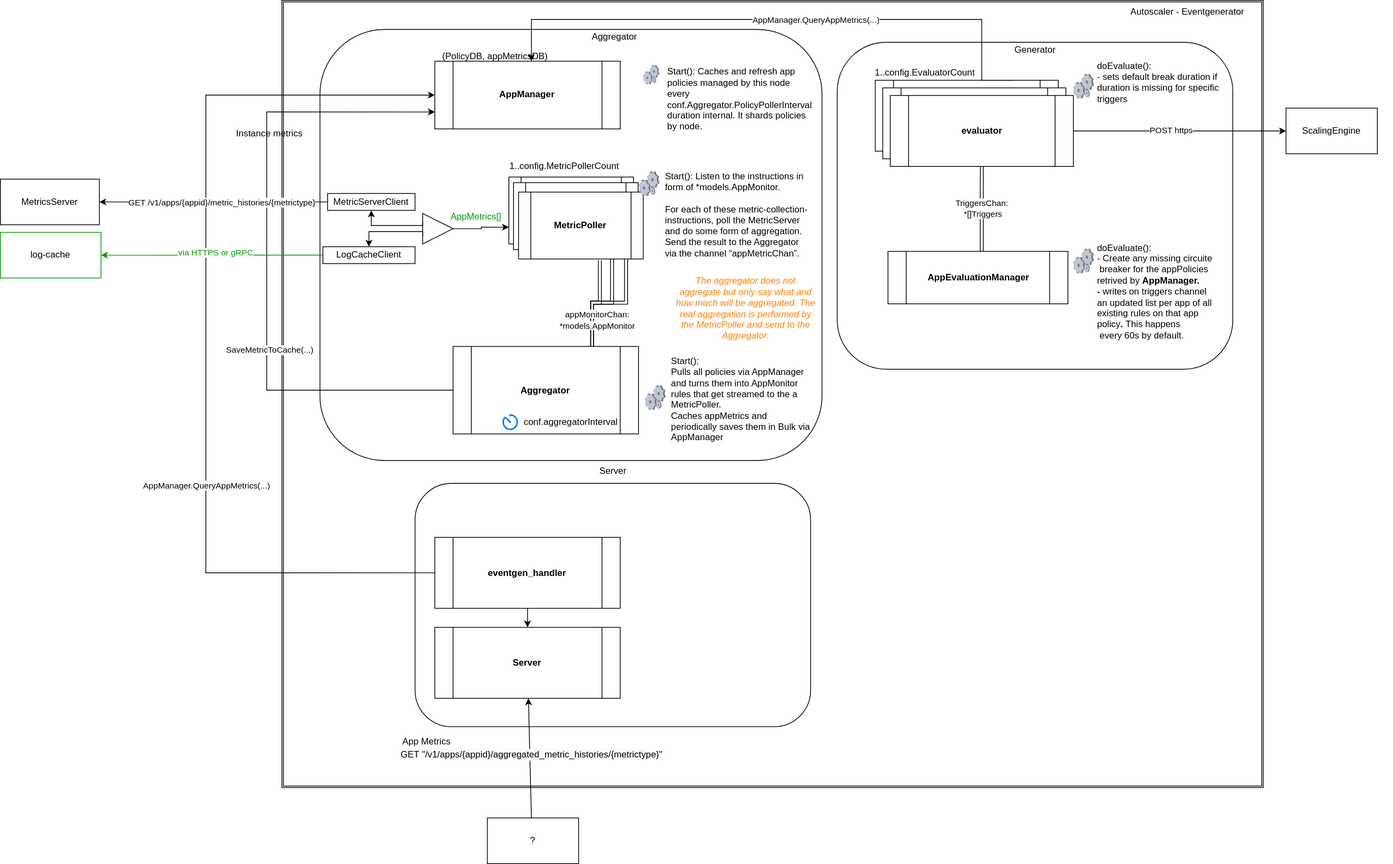
Before: docs/images/eventgenerator.svg, a diagram exported from draw.io (cloudfoundry/app-autoscaler-release). Source tidied: cells renumbered, new cells last; positions are measured from the earlier drawing's top-left corner, leaving out a move shared by most shapes.
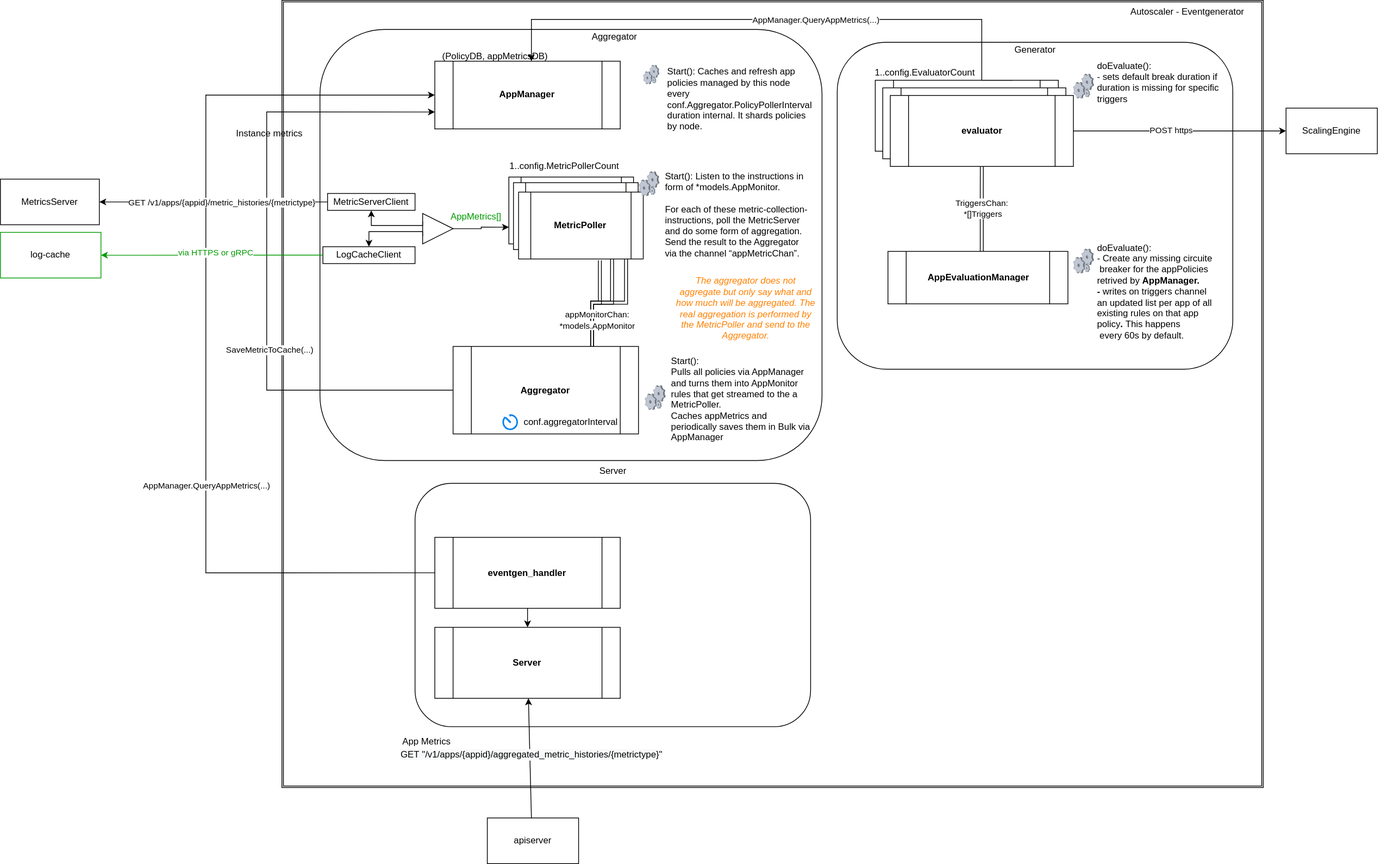
After the commit.

Diff of the diagram source:
```diff
@@ -254,7 +254,7 @@
     <mxCell id="71" value="App Metrics" style="text;html=1;align=center;verticalAlign=middle;strokeColor=none;fillColor=none;fontColor=#000000;" parent="1" vertex="1">
       <mxGeometry x="520" y="965" width="80" height="20" as="geometry" />
     </mxCell>
-    <mxCell id="72" value="?" style="rounded=0;whiteSpace=wrap;html=1;" parent="1" vertex="1">
+    <mxCell id="72" value="apiserver" style="rounded=0;whiteSpace=wrap;html=1;" parent="1" vertex="1">
       <mxGeometry x="640" y="1075" width="120" height="60" as="geometry" />
     </mxCell>
     <mxCell id="73" value="&lt;span&gt;MetricServerClient&lt;/span&gt;" style="rounded=0;whiteSpace=wrap;html=1;" parent="1" vertex="1">
```
